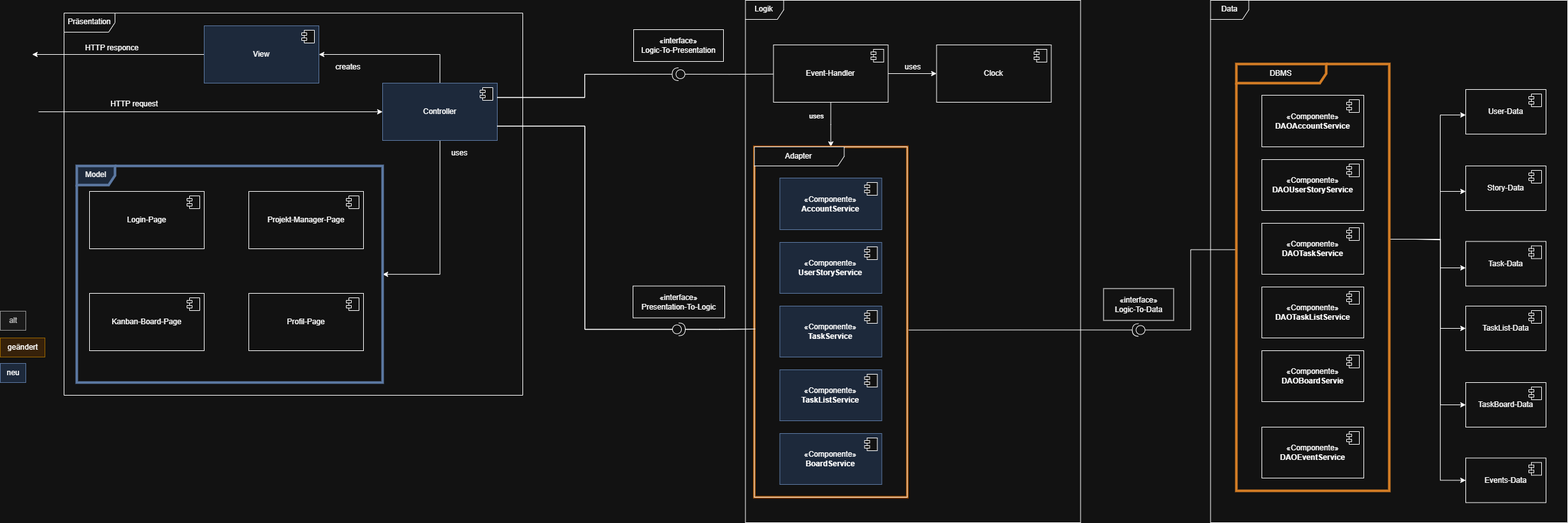
Earlier version of the draw.io export media/Komponentendiagram.png (Zatzi08/ScrumBoard). Source tidied: cells renumbered, new cells last; positions are measured from the earlier drawing's top-left corner, leaving out a move shared by most shapes.
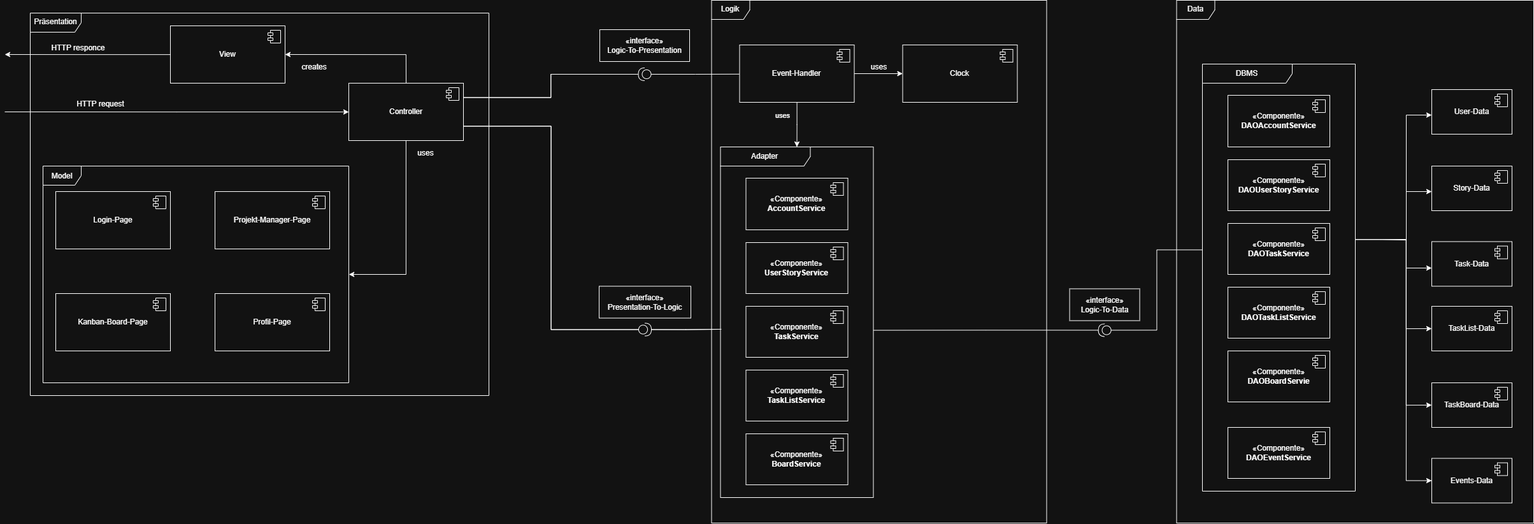
The same diagram one commit later.

The edit, as a diff of the source:
```diff
@@ -7,10 +7,10 @@
     </mxCell>
     <mxCell id="3" style="edgeStyle=orthogonalEdgeStyle;rounded=0;jettySize=auto;html=1;" parent="1" edge="1" source="4">
       <mxGeometry relative="1" as="geometry">
-        <mxPoint x="50" y="85" as="targetPoint" />
+        <mxPoint x="60" y="85" as="targetPoint" />
       </mxGeometry>
     </mxCell>
-    <mxCell id="4" value="View" style="html=1;whiteSpace=wrap;fillColor=#dae8fc;strokeColor=#6c8ebf;" parent="1" vertex="1">
+    <mxCell id="4" value="View" style="html=1;whiteSpace=wrap;" parent="1" vertex="1">
       <mxGeometry x="320" y="40" width="180" height="90" as="geometry" />
     </mxCell>
     <mxCell id="5" style="shape=module;jettyWidth=8;jettyHeight=4;" parent="4" vertex="1">
@@ -34,7 +34,7 @@
         <mxPoint x="60" y="175" as="targetPoint" />
       </mxGeometry>
     </mxCell>
-    <mxCell id="9" value="Controller" style="html=1;whiteSpace=wrap;fillColor=#dae8fc;strokeColor=#6c8ebf;" parent="1" vertex="1">
+    <mxCell id="9" value="Controller" style="html=1;whiteSpace=wrap;" parent="1" vertex="1">
       <mxGeometry x="600" y="130" width="180" height="90" as="geometry" />
     </mxCell>
     <mxCell id="10" style="shape=module;jettyWidth=8;jettyHeight=4;" parent="9" vertex="1">
@@ -42,7 +42,7 @@
         <mxPoint x="-27" y="7" as="offset" />
       </mxGeometry>
     </mxCell>
-    <mxCell id="11" value="Model" style="shape=umlFrame;whiteSpace=wrap;html=1;fillColor=#dae8fc;strokeColor=#6c8ebf;strokeWidth=4;" parent="1" vertex="1">
+    <mxCell id="11" value="Model" style="shape=umlFrame;whiteSpace=wrap;html=1;strokeWidth=1;fillColor=default;" parent="1" vertex="1">
       <mxGeometry x="120" y="260" width="480" height="340" as="geometry" />
     </mxCell>
     <mxCell id="12" value="Login-Page" style="html=1;whiteSpace=wrap;" parent="1" vertex="1">
@@ -173,19 +173,19 @@
     <mxCell id="45" value="«interface»&lt;br&gt;Logic-To-Data" style="html=1;whiteSpace=wrap;" parent="1" vertex="1">
       <mxGeometry x="1731.6" y="452.5" width="110" height="50" as="geometry" />
     </mxCell>
-    <mxCell id="46" value="uses" style="text;html=1;strokeColor=none;fillColor=none;align=center;verticalAlign=middle;whiteSpace=wrap;rounded=0;" parent="1" vertex="1">
+    <mxCell id="46" value="uses" style="text;html=1;align=center;verticalAlign=middle;whiteSpace=wrap;rounded=0;" parent="1" vertex="1">
       <mxGeometry x="690.5" y="225" width="60" height="30" as="geometry" />
     </mxCell>
-    <mxCell id="47" value="creates" style="text;html=1;strokeColor=none;fillColor=none;align=center;verticalAlign=middle;whiteSpace=wrap;rounded=0;" parent="1" vertex="1">
+    <mxCell id="47" value="creates" style="text;html=1;align=center;verticalAlign=middle;whiteSpace=wrap;rounded=0;" parent="1" vertex="1">
       <mxGeometry x="516" y="90" width="60" height="30" as="geometry" />
     </mxCell>
-    <mxCell id="48" style="group;strokeColor=#fb9937;strokeWidth=4;" parent="1" vertex="1">
+    <mxCell id="48" style="group;strokeWidth=1;" parent="1" vertex="1">
       <mxGeometry x="1183.5" y="230" width="240" height="550" as="geometry" />
     </mxCell>
     <mxCell id="49" value="Adapter" style="shape=umlFrame;whiteSpace=wrap;html=1;width=141;height=30;strokeWidth=1;" parent="48" vertex="1">
       <mxGeometry width="240" height="550" as="geometry" />
     </mxCell>
-    <mxCell id="50" value="«Componente»&lt;br&gt;&lt;b&gt;AccountService&lt;/b&gt;" style="html=1;whiteSpace=wrap;fillColor=#dae8fc;strokeColor=#6c8ebf;" parent="48" vertex="1">
+    <mxCell id="50" value="«Componente»&lt;br&gt;&lt;b&gt;AccountService&lt;/b&gt;" style="html=1;whiteSpace=wrap;" parent="48" vertex="1">
       <mxGeometry x="40" y="49" width="160" height="81" as="geometry" />
     </mxCell>
     <mxCell id="51" style="shape=module;jettyWidth=8;jettyHeight=4;" parent="50" vertex="1">
@@ -193,7 +193,7 @@
         <mxPoint x="-27" y="7" as="offset" />
       </mxGeometry>
     </mxCell>
-    <mxCell id="52" value="«Componente»&lt;br&gt;&lt;b&gt;TaskService&lt;/b&gt;" style="html=1;whiteSpace=wrap;fillColor=#dae8fc;strokeColor=#6c8ebf;" parent="48" vertex="1">
+    <mxCell id="52" value="«Componente»&lt;br&gt;&lt;b&gt;TaskService&lt;/b&gt;" style="html=1;whiteSpace=wrap;" parent="48" vertex="1">
       <mxGeometry x="40" y="250" width="160" height="80" as="geometry" />
     </mxCell>
     <mxCell id="53" style="shape=module;jettyWidth=8;jettyHeight=4;" parent="52" vertex="1">
@@ -201,7 +201,7 @@
         <mxPoint x="-27" y="7" as="offset" />
       </mxGeometry>
     </mxCell>
-    <mxCell id="54" value="«Componente»&lt;br&gt;&lt;b&gt;UserStoryService&lt;/b&gt;" style="html=1;whiteSpace=wrap;fillColor=#dae8fc;strokeColor=#6c8ebf;" parent="48" vertex="1">
+    <mxCell id="54" value="«Componente»&lt;br&gt;&lt;b&gt;UserStoryService&lt;/b&gt;" style="html=1;whiteSpace=wrap;" parent="48" vertex="1">
       <mxGeometry x="40" y="150" width="160" height="80" as="geometry" />
     </mxCell>
     <mxCell id="55" style="shape=module;jettyWidth=8;jettyHeight=4;" parent="54" vertex="1">
@@ -209,7 +209,7 @@
         <mxPoint x="-27" y="7" as="offset" />
       </mxGeometry>
     </mxCell>
-    <mxCell id="56" value="«Componente»&lt;br&gt;&lt;b&gt;TaskListService&lt;/b&gt;" style="html=1;whiteSpace=wrap;fillColor=#dae8fc;strokeColor=#6c8ebf;" parent="48" vertex="1">
+    <mxCell id="56" value="«Componente»&lt;br&gt;&lt;b&gt;TaskListService&lt;/b&gt;" style="html=1;whiteSpace=wrap;" parent="48" vertex="1">
       <mxGeometry x="40" y="350" width="160" height="80" as="geometry" />
     </mxCell>
     <mxCell id="57" style="shape=module;jettyWidth=8;jettyHeight=4;" parent="56" vertex="1">
@@ -217,7 +217,7 @@
         <mxPoint x="-27" y="7" as="offset" />
       </mxGeometry>
     </mxCell>
-    <mxCell id="58" value="«Componente»&lt;br&gt;&lt;b&gt;BoardService&lt;/b&gt;" style="html=1;whiteSpace=wrap;fillColor=#dae8fc;strokeColor=#6c8ebf;" parent="48" vertex="1">
+    <mxCell id="58" value="«Componente»&lt;br&gt;&lt;b&gt;BoardService&lt;/b&gt;" style="html=1;whiteSpace=wrap;" parent="48" vertex="1">
       <mxGeometry x="40" y="450" width="160" height="80" as="geometry" />
     </mxCell>
     <mxCell id="59" style="shape=module;jettyWidth=8;jettyHeight=4;" parent="58" vertex="1">
@@ -270,15 +270,6 @@
     <mxCell id="70" style="edgeStyle=orthogonalEdgeStyle;rounded=0;jettySize=auto;html=1;exitX=1;exitY=0.5;exitDx=0;exitDy=0;exitPerimeter=0;entryX=-0.002;entryY=0.52;entryDx=0;entryDy=0;entryPerimeter=0;endArrow=none;endFill=0;" parent="1" edge="1" source="22" target="49">
       <mxGeometry relative="1" as="geometry" />
     </mxCell>
-    <mxCell id="71" value="geändert" style="text;html=1;align=center;verticalAlign=middle;strokeColor=#d79b00;fillColor=#ffe6cc;" parent="1" vertex="1">
-      <mxGeometry y="530" width="70" height="30" as="geometry" />
-    </mxCell>
-    <mxCell id="72" value="neu" style="text;html=1;align=center;verticalAlign=middle;strokeColor=#6c8ebf;fillColor=#dae8fc;" parent="1" vertex="1">
-      <mxGeometry y="570" width="40" height="30" as="geometry" />
-    </mxCell>
-    <mxCell id="73" value="alt" style="text;html=1;align=center;verticalAlign=middle;fillColor=#f5f5f5;fontColor=#333333;strokeColor=#666666;" parent="1" vertex="1">
-      <mxGeometry y="488" width="40" height="30" as="geometry" />
-    </mxCell>
     <mxCell id="74" value="TaskList-Data" style="html=1;whiteSpace=wrap;" parent="1" vertex="1">
       <mxGeometry x="2300" y="480" width="126" height="70" as="geometry" />
     </mxCell>
@@ -336,7 +327,7 @@
         </Array>
       </mxGeometry>
     </mxCell>
-    <mxCell id="84" value="DBMS" style="shape=umlFrame;whiteSpace=wrap;html=1;width=141;height=30;strokeWidth=4;strokeColor=#CC6600;" parent="1" vertex="1">
+    <mxCell id="84" value="DBMS" style="shape=umlFrame;whiteSpace=wrap;html=1;width=141;height=30;strokeWidth=1;" parent="1" vertex="1">
       <mxGeometry x="1940" y="100" width="240" height="670" as="geometry" />
     </mxCell>
     <mxCell id="85" value="«Componente»&lt;br&gt;&lt;b&gt;DAOAccountService&lt;/b&gt;" style="html=1;whiteSpace=wrap;" parent="1" vertex="1">
```
